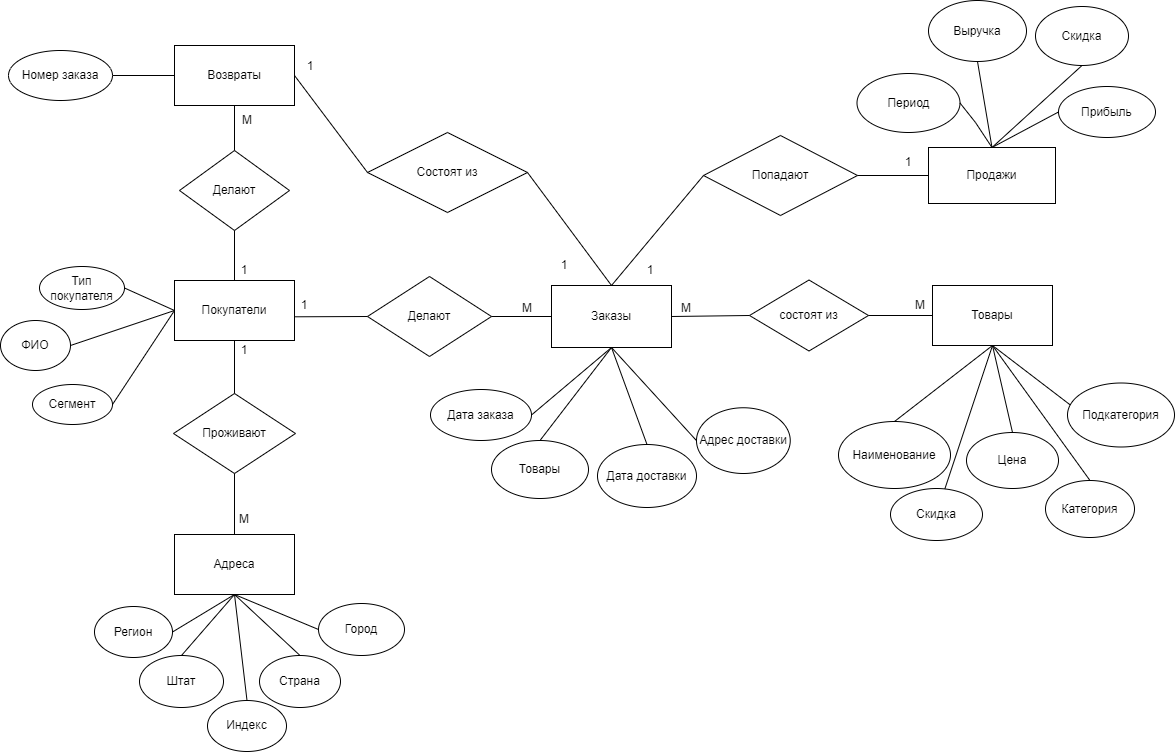
The draw.io diagram Module02/lab_fact/screenshots/superstore_sales.drawio.png in highscreen/DE-101, before a commit. Source tidied: cells renumbered, new cells last; positions are measured from the earlier drawing's top-left corner, leaving out a move shared by most shapes.
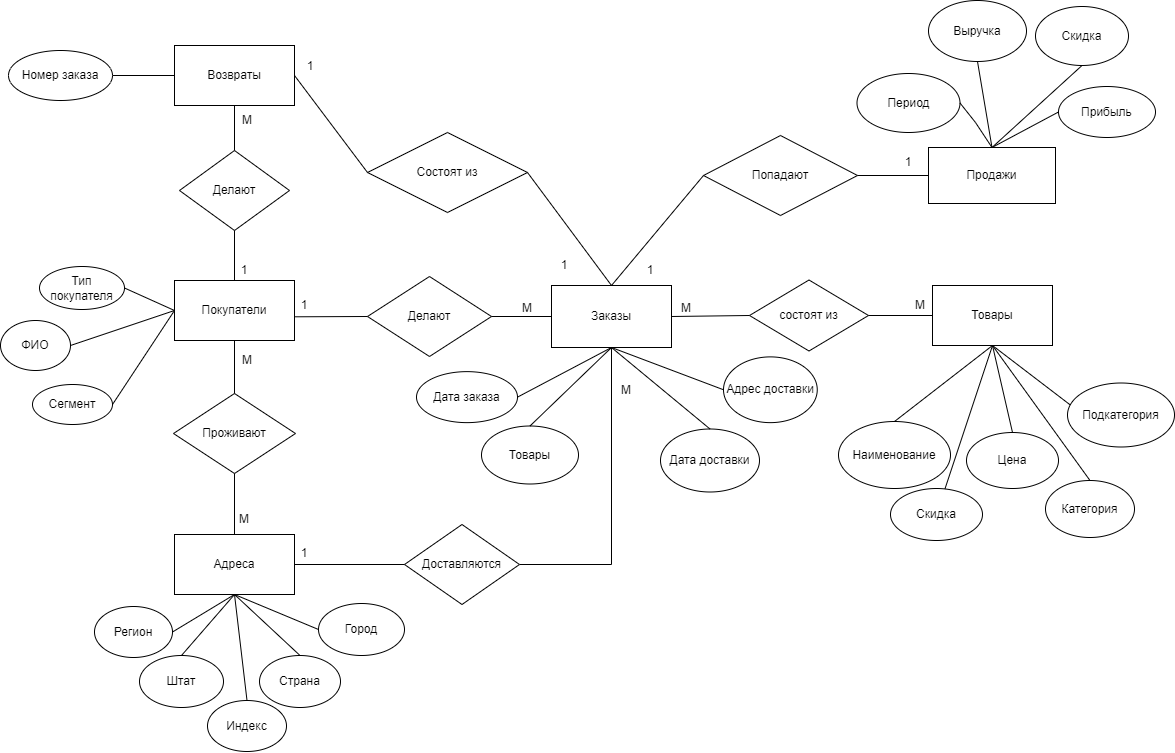
After the commit.

The edit, as a diff of the source:
```diff
@@ -107,9 +107,6 @@
     <mxCell id="36" style="endArrow=none;html=1;rounded=0;entryX=0.5;entryY=0;entryDx=0;entryDy=0;exitX=0.5;exitY=1;exitDx=0;exitDy=0;" parent="1" edge="1" source="28" target="35">
       <mxGeometry relative="1" as="geometry" />
     </mxCell>
-    <mxCell id="37" value="1" style="text;html=1;strokeColor=none;fillColor=none;align=center;verticalAlign=middle;whiteSpace=wrap;rounded=0;" parent="1" vertex="1">
-      <mxGeometry x="214" y="335" width="60" height="30" as="geometry" />
-    </mxCell>
     <mxCell id="38" value="M" style="text;html=1;strokeColor=none;fillColor=none;align=center;verticalAlign=middle;whiteSpace=wrap;rounded=0;" parent="1" vertex="1">
       <mxGeometry x="214" y="504" width="60" height="30" as="geometry" />
     </mxCell>
@@ -198,16 +195,16 @@
       <mxGeometry x="620" y="249" width="60" height="41" as="geometry" />
     </mxCell>
     <mxCell id="67" value="Дата заказа" style="ellipse;whiteSpace=wrap;html=1;" parent="1" vertex="1">
-      <mxGeometry x="430" y="389" width="101" height="51" as="geometry" />
+      <mxGeometry x="416" y="371.1" width="101" height="51" as="geometry" />
     </mxCell>
     <mxCell id="68" value="Товары" style="ellipse;whiteSpace=wrap;html=1;" parent="1" vertex="1">
-      <mxGeometry x="491" y="440" width="97" height="58" as="geometry" />
+      <mxGeometry x="481" y="425.5" width="97" height="58" as="geometry" />
     </mxCell>
     <mxCell id="69" value="Адрес доставки" style="ellipse;whiteSpace=wrap;html=1;direction=south;" parent="1" vertex="1">
-      <mxGeometry x="696" y="407.2" width="93.8" height="65.8" as="geometry" />
+      <mxGeometry x="723" y="356.4" width="93.8" height="65.8" as="geometry" />
     </mxCell>
     <mxCell id="70" value="Дата доставки" style="ellipse;whiteSpace=wrap;html=1;" parent="1" vertex="1">
-      <mxGeometry x="597" y="444" width="99" height="63" as="geometry" />
+      <mxGeometry x="660" y="428.5" width="99" height="63" as="geometry" />
     </mxCell>
     <mxCell id="71" style="endArrow=none;html=1;rounded=0;entryX=0.5;entryY=1;entryDx=0;entryDy=0;exitX=1;exitY=0.5;exitDx=0;exitDy=0;" parent="1" edge="1" source="67" target="3">
       <mxGeometry relative="1" as="geometry" />
@@ -249,5 +246,23 @@
         </Array>
       </mxGeometry>
     </mxCell>
+    <mxCell id="83" style="endArrow=none;html=1;rounded=0;entryX=0.5;entryY=1;entryDx=0;entryDy=0;exitX=1;exitY=0.5;exitDx=0;exitDy=0;edgeStyle=orthogonalEdgeStyle;" parent="1" edge="1" source="84" target="3">
+      <mxGeometry relative="1" as="geometry" />
+    </mxCell>
+    <mxCell id="84" value="Доставляются" style="rhombus;whiteSpace=wrap;html=1;" parent="1" vertex="1">
+      <mxGeometry x="404" y="524" width="115" height="80" as="geometry" />
+    </mxCell>
+    <mxCell id="85" style="endArrow=none;html=1;rounded=0;entryX=0;entryY=0.5;entryDx=0;entryDy=0;exitX=1;exitY=0.5;exitDx=0;exitDy=0;" parent="1" edge="1" source="28" target="84">
+      <mxGeometry relative="1" as="geometry" />
+    </mxCell>
+    <mxCell id="37" value="1" style="text;html=1;strokeColor=none;fillColor=none;align=center;verticalAlign=middle;whiteSpace=wrap;rounded=0;" parent="1" vertex="1">
+      <mxGeometry x="274" y="532" width="60" height="41" as="geometry" />
+    </mxCell>
+    <mxCell id="86" value="M" style="text;html=1;strokeColor=none;fillColor=none;align=center;verticalAlign=middle;whiteSpace=wrap;rounded=0;" parent="1" vertex="1">
+      <mxGeometry x="216.5" y="345" width="60" height="30" as="geometry" />
+    </mxCell>
+    <mxCell id="87" value="M" style="text;html=1;strokeColor=none;fillColor=none;align=center;verticalAlign=middle;whiteSpace=wrap;rounded=0;" parent="1" vertex="1">
+      <mxGeometry x="596" y="375" width="60" height="30" as="geometry" />
+    </mxCell>
   </root>
 </mxGraphModel>
```
